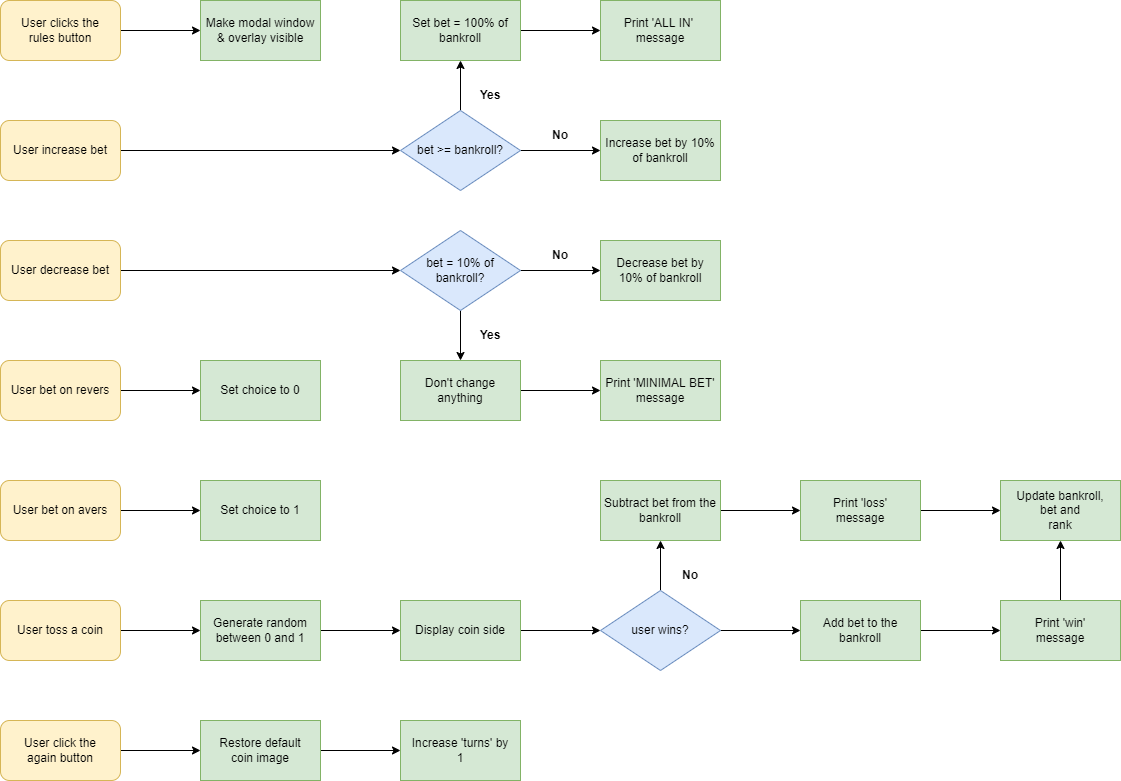
Earlier version of the draw.io export flowchart.drawio.png (SojerSM/VegasTosser). Source tidied: cells renumbered, new cells last; positions are measured from the earlier drawing's top-left corner, leaving out a move shared by most shapes.
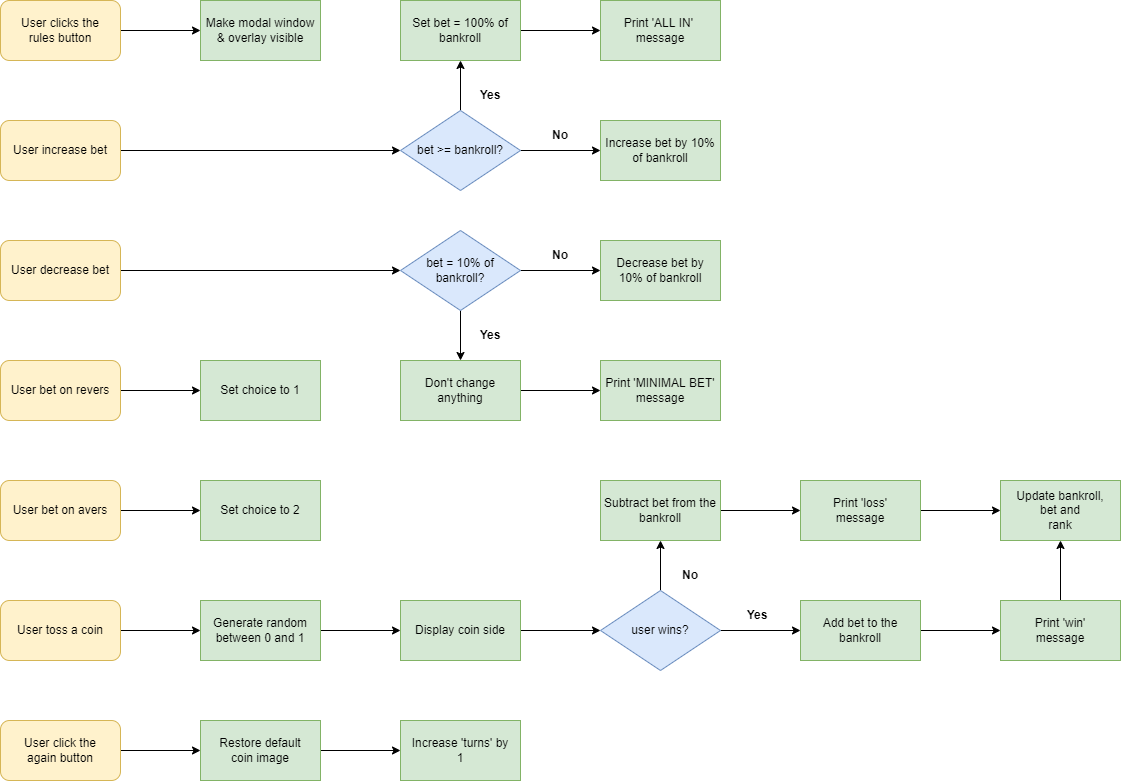
After the commit.

Change to the diagram source:
```diff
@@ -82,7 +82,7 @@
     <mxCell id="27" value="User bet on revers" style="rounded=1;whiteSpace=wrap;html=1;fillColor=#fff2cc;strokeColor=#d6b656;" parent="1" vertex="1">
       <mxGeometry y="360" width="120" height="60" as="geometry" />
     </mxCell>
-    <mxCell id="28" value="Set choice to 0" style="whiteSpace=wrap;html=1;fillColor=#d5e8d4;strokeColor=#82b366;" parent="1" vertex="1">
+    <mxCell id="28" value="Set choice to 1" style="whiteSpace=wrap;html=1;fillColor=#d5e8d4;strokeColor=#82b366;" parent="1" vertex="1">
       <mxGeometry x="200" y="360" width="120" height="60" as="geometry" />
     </mxCell>
     <mxCell id="29" style="edgeStyle=orthogonalEdgeStyle;rounded=0;jettySize=auto;html=1;" parent="1" edge="1" source="30">
@@ -93,7 +93,7 @@
     <mxCell id="30" value="User bet on avers" style="rounded=1;whiteSpace=wrap;html=1;fillColor=#fff2cc;strokeColor=#d6b656;" parent="1" vertex="1">
       <mxGeometry y="480" width="120" height="60" as="geometry" />
     </mxCell>
-    <mxCell id="31" value="Set choice to 1" style="whiteSpace=wrap;html=1;fillColor=#d5e8d4;strokeColor=#82b366;" parent="1" vertex="1">
+    <mxCell id="31" value="Set choice to 2" style="whiteSpace=wrap;html=1;fillColor=#d5e8d4;strokeColor=#82b366;" parent="1" vertex="1">
       <mxGeometry x="200" y="480" width="120" height="60" as="geometry" />
     </mxCell>
     <mxCell id="32" style="edgeStyle=orthogonalEdgeStyle;rounded=0;jettySize=auto;html=1;" parent="1" edge="1" source="33">
@@ -175,5 +175,8 @@
     <mxCell id="56" value="Increase 'turns' by&lt;br&gt;1" style="whiteSpace=wrap;html=1;fillColor=#d5e8d4;strokeColor=#82b366;" parent="1" vertex="1">
       <mxGeometry x="400" y="720" width="120" height="60" as="geometry" />
     </mxCell>
+    <mxCell id="57" value="Yes" style="text;html=1;strokeColor=none;fillColor=none;align=center;verticalAlign=middle;whiteSpace=wrap;rounded=0;fontStyle=1;" parent="1" vertex="1">
+      <mxGeometry x="727" y="600" width="60" height="30" as="geometry" />
+    </mxCell>
   </root>
 </mxGraphModel>
```
